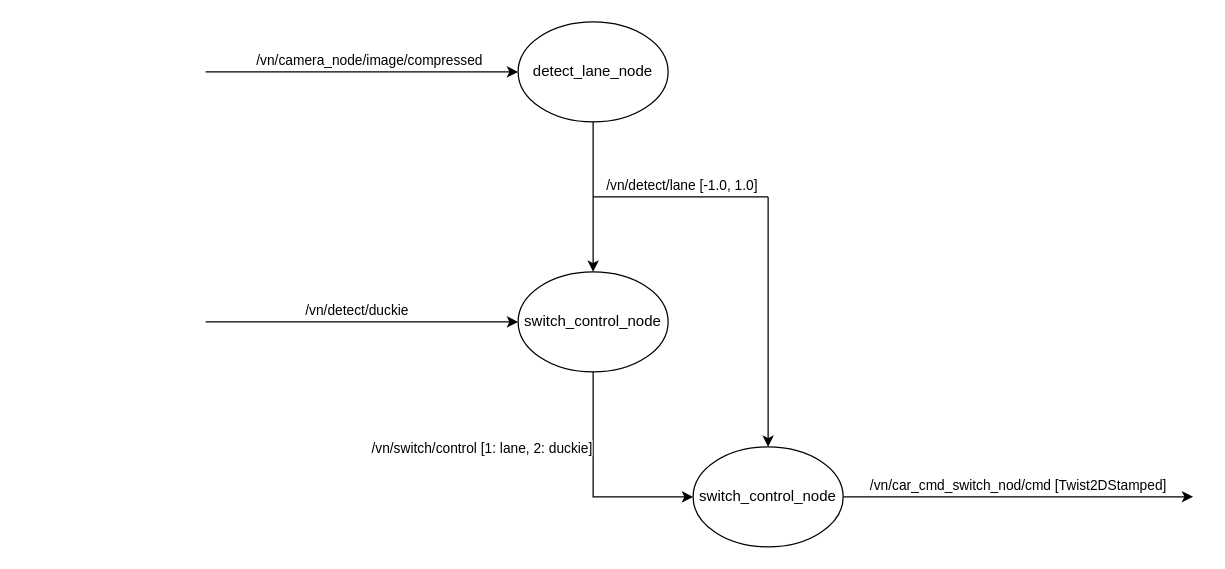
The draw.io diagram docs/lane_following/nodes_topics_graph.drawio in Nico-Sander/quack-attack, before the edit. Source tidied: cells renumbered, new cells numbered last; positions are measured from the earlier drawing's top-left corner, leaving out a move shared by most shapes. Both pictures are drawn from the tidied source at 125%, with x=0, y=0 at pixel (205, 21).
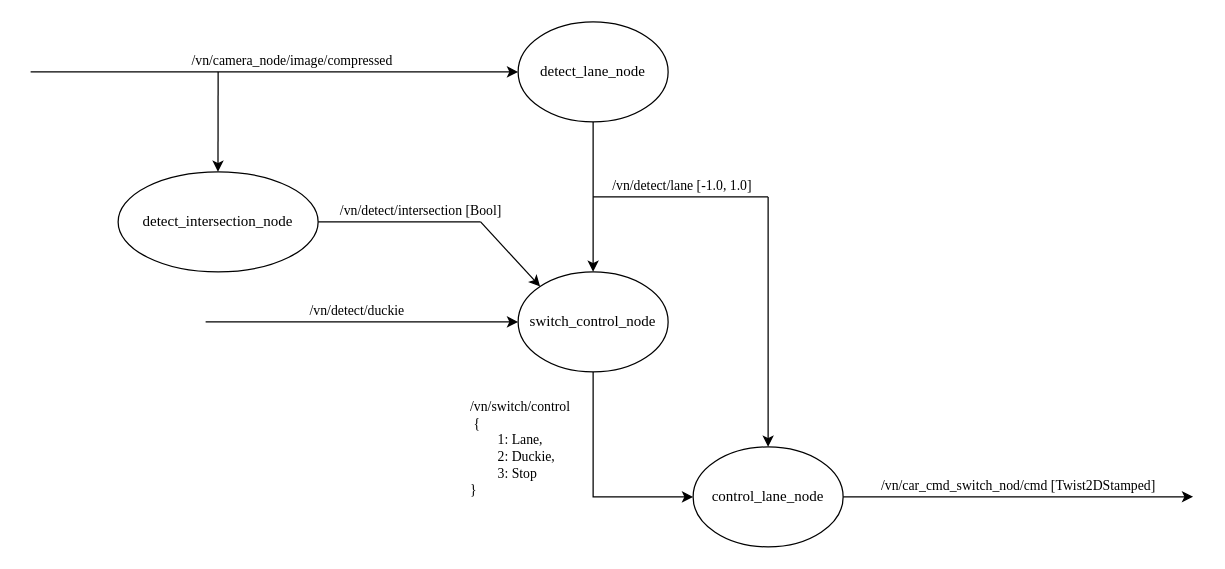
The same page after the edit.

Commit message:
updated: node graph

Diff of the diagram source:
```diff
@@
-    <mxCell id="2" style="edgeStyle=orthogonalEdgeStyle;rounded=0;jettySize=auto;html=1;entryX=0.5;entryY=0;entryDx=0;entryDy=0;" parent="1" edge="1" source="4" target="9">
+    <mxCell id="2" style="edgeStyle=orthogonalEdgeStyle;rounded=0;jettySize=auto;html=1;entryX=0.5;entryY=0;entryDx=0;entryDy=0;fontFamily=Times New Roman;" parent="1" edge="1" source="4" target="9">
       <mxGeometry relative="1" as="geometry" />
     </mxCell>
-    <mxCell id="3" value="/vn/detect/lane [-1.0, 1.0]" style="edgeLabel;html=1;align=center;verticalAlign=middle;" parent="2" vertex="1">
+    <mxCell id="3" value="/vn/detect/lane [-1.0, 1.0]" style="edgeLabel;html=1;align=center;verticalAlign=middle;fontFamily=Times New Roman;" parent="2" vertex="1">
       <mxGeometry x="-0.18" y="-1" relative="1" as="geometry">
         <mxPoint x="71" y="1" as="offset" />
       </mxGeometry>
     </mxCell>
-    <mxCell id="4" value="detect_lane_node" style="ellipse;whiteSpace=wrap;html=1;" parent="1" vertex="1">
+    <mxCell id="4" value="detect_lane_node" style="ellipse;whiteSpace=wrap;html=1;fontFamily=Times New Roman;" parent="1" vertex="1">
       <mxGeometry x="250" width="120" height="80" as="geometry" />
     </mxCell>
-    <mxCell id="5" style="endArrow=classic;html=1;rounded=0;entryX=0;entryY=0.5;entryDx=0;entryDy=0;" parent="1" edge="1" target="4">
+    <mxCell id="5" style="endArrow=classic;html=1;rounded=0;entryX=0;entryY=0.5;entryDx=0;entryDy=0;fontFamily=Times New Roman;" parent="1" edge="1" target="4">
       <mxGeometry relative="1" as="geometry">
-        <mxPoint y="40" as="sourcePoint" />
+        <mxPoint x="-140" y="40" as="sourcePoint" />
       </mxGeometry>
     </mxCell>
-    <mxCell id="6" value="/vn/camera_node/image/compressed" style="edgeLabel;html=1;align=center;verticalAlign=middle;" parent="5" vertex="1">
+    <mxCell id="6" value="/vn/camera_node/image/compressed" style="edgeLabel;html=1;align=center;verticalAlign=middle;fontFamily=Times New Roman;" parent="5" vertex="1">
       <mxGeometry x="0.12" y="-4" relative="1" as="geometry">
         <mxPoint x="-10" y="-14" as="offset" />
       </mxGeometry>
     </mxCell>
-    <mxCell id="7" style="edgeStyle=orthogonalEdgeStyle;rounded=0;jettySize=auto;html=1;exitX=0.5;exitY=1;exitDx=0;exitDy=0;entryX=0;entryY=0.5;entryDx=0;entryDy=0;" parent="1" edge="1" source="9" target="14">
+    <mxCell id="7" style="edgeStyle=orthogonalEdgeStyle;rounded=0;jettySize=auto;html=1;exitX=0.5;exitY=1;exitDx=0;exitDy=0;entryX=0;entryY=0.5;entryDx=0;entryDy=0;fontFamily=Times New Roman;" parent="1" edge="1" source="9" target="14">
       <mxGeometry relative="1" as="geometry" />
     </mxCell>
-    <mxCell id="8" value="/vn/switch/control [1: lane, 2: duckie]" style="edgeLabel;html=1;align=center;verticalAlign=middle;" parent="7" vertex="1">
+    <mxCell id="8" value="&lt;div align=&quot;left&quot;&gt;/vn/switch/control&lt;/div&gt;&lt;div align=&quot;left&quot;&gt;&amp;nbsp;{&lt;/div&gt;&lt;div align=&quot;left&quot;&gt;&lt;span style=&quot;white-space: pre;&quot;&gt;&#9;&lt;/span&gt;1: Lane,&lt;/div&gt;&lt;div align=&quot;left&quot;&gt;&lt;span style=&quot;white-space: pre;&quot;&gt;&#9;&lt;/span&gt;2: Duckie,&amp;nbsp;&lt;/div&gt;&lt;div align=&quot;left&quot;&gt;&lt;span style=&quot;white-space: pre;&quot;&gt;&#9;&lt;/span&gt;3: Stop&lt;/div&gt;&lt;div align=&quot;left&quot;&gt;}&lt;/div&gt;" style="edgeLabel;html=1;align=left;verticalAlign=middle;fontFamily=Times New Roman;" parent="7" vertex="1">
       <mxGeometry x="-0.4" y="-1" relative="1" as="geometry">
-        <mxPoint x="-89" y="6" as="offset" />
+        <mxPoint x="-99" y="6" as="offset" />
       </mxGeometry>
     </mxCell>
-    <mxCell id="9" value="switch_control_node" style="ellipse;whiteSpace=wrap;html=1;" parent="1" vertex="1">
+    <mxCell id="9" value="switch_control_node" style="ellipse;whiteSpace=wrap;html=1;fontFamily=Times New Roman;" parent="1" vertex="1">
       <mxGeometry x="250" y="200" width="120" height="80" as="geometry" />
     </mxCell>
-    <mxCell id="10" style="endArrow=classic;html=1;rounded=0;entryX=0;entryY=0.5;entryDx=0;entryDy=0;" parent="1" edge="1" target="9">
+    <mxCell id="10" style="endArrow=classic;html=1;rounded=0;entryX=0;entryY=0.5;entryDx=0;entryDy=0;fontFamily=Times New Roman;" parent="1" edge="1" target="9">
       <mxGeometry relative="1" as="geometry">
         <mxPoint y="240" as="sourcePoint" />
       </mxGeometry>
     </mxCell>
-    <mxCell id="11" value="/vn/detect/duckie" style="edgeLabel;html=1;align=center;verticalAlign=middle;" parent="10" vertex="1">
+    <mxCell id="11" value="/vn/detect/duckie" style="edgeLabel;html=1;align=center;verticalAlign=middle;fontFamily=Times New Roman;" parent="10" vertex="1">
       <mxGeometry x="-0.01" y="1" relative="1" as="geometry">
         <mxPoint x="-4" y="-9" as="offset" />
       </mxGeometry>
     </mxCell>
-    <mxCell id="12" style="edgeStyle=orthogonalEdgeStyle;rounded=0;jettySize=auto;html=1;exitX=1;exitY=0.5;exitDx=0;exitDy=0;" parent="1" edge="1" source="14">
+    <mxCell id="12" style="edgeStyle=orthogonalEdgeStyle;rounded=0;jettySize=auto;html=1;exitX=1;exitY=0.5;exitDx=0;exitDy=0;fontFamily=Times New Roman;" parent="1" edge="1" source="14">
       <mxGeometry relative="1" as="geometry">
         <mxPoint x="790" y="379.9" as="targetPoint" />
       </mxGeometry>
     </mxCell>
-    <mxCell id="13" value="/vn/car_cmd_switch_nod/cmd [Twist2DStamped]" style="edgeLabel;html=1;align=center;verticalAlign=middle;" parent="12" vertex="1">
+    <mxCell id="13" value="/vn/car_cmd_switch_nod/cmd [Twist2DStamped]" style="edgeLabel;html=1;align=center;verticalAlign=middle;fontFamily=Times New Roman;" parent="12" vertex="1">
       <mxGeometry x="-0.01" y="-1" relative="1" as="geometry">
         <mxPoint y="-11" as="offset" />
       </mxGeometry>
     </mxCell>
-    <mxCell id="14" value="switch_control_node" style="ellipse;whiteSpace=wrap;html=1;" parent="1" vertex="1">
+    <mxCell id="14" value="&lt;div&gt;control_lane_node&lt;/div&gt;" style="ellipse;whiteSpace=wrap;html=1;fontFamily=Times New Roman;" parent="1" vertex="1">
       <mxGeometry x="390" y="340" width="120" height="80" as="geometry" />
     </mxCell>
-    <mxCell id="15" style="endArrow=classic;html=1;rounded=0;entryX=0.5;entryY=0;entryDx=0;entryDy=0;" parent="1" edge="1" target="14">
+    <mxCell id="15" style="endArrow=classic;html=1;rounded=0;entryX=0.5;entryY=0;entryDx=0;entryDy=0;fontFamily=Times New Roman;" parent="1" edge="1" target="14">
       <mxGeometry relative="1" as="geometry">
         <mxPoint x="450" y="140" as="sourcePoint" />
       </mxGeometry>
     </mxCell>
-    <mxCell id="16" style="endArrow=none;html=1;rounded=0;" parent="1" edge="1">
+    <mxCell id="16" style="endArrow=none;html=1;rounded=0;fontFamily=Times New Roman;" parent="1" edge="1">
       <mxGeometry relative="1" as="geometry">
         <mxPoint x="310" y="140" as="sourcePoint" />
         <mxPoint x="450" y="140" as="targetPoint" />
       </mxGeometry>
     </mxCell>
+    <mxCell id="17" style="endArrow=classic;html=1;rounded=0;entryX=0;entryY=0;entryDx=0;entryDy=0;fontFamily=Times New Roman;" parent="1" edge="1" target="9">
+      <mxGeometry relative="1" as="geometry">
+        <mxPoint x="220" y="160" as="sourcePoint" />
+      </mxGeometry>
+    </mxCell>
+    <mxCell id="18" style="endArrow=none;html=1;rounded=0;exitX=1;exitY=0.5;exitDx=0;exitDy=0;fontFamily=Times New Roman;" parent="1" edge="1" source="20">
+      <mxGeometry relative="1" as="geometry">
+        <mxPoint x="220" y="160" as="targetPoint" />
+      </mxGeometry>
+    </mxCell>
+    <mxCell id="19" value="/vn/detect/intersection [Bool]" style="edgeLabel;html=1;align=center;verticalAlign=middle;fontFamily=Times New Roman;" parent="18" vertex="1">
+      <mxGeometry x="-0.31" y="-2" relative="1" as="geometry">
+        <mxPoint x="36" y="-12" as="offset" />
+      </mxGeometry>
+    </mxCell>
+    <mxCell id="20" value="detect_intersection_node" style="ellipse;whiteSpace=wrap;html=1;fontFamily=Times New Roman;" parent="1" vertex="1">
+      <mxGeometry x="-70" y="120" width="160" height="80" as="geometry" />
+    </mxCell>
+    <mxCell id="21" style="endArrow=classic;html=1;rounded=0;entryX=0.463;entryY=-0.023;entryDx=0;entryDy=0;entryPerimeter=0;" parent="1" edge="1">
+      <mxGeometry relative="1" as="geometry">
+        <mxPoint x="10" y="40" as="sourcePoint" />
+        <mxPoint x="9.9" y="120" as="targetPoint" />
+      </mxGeometry>
+    </mxCell>
```
